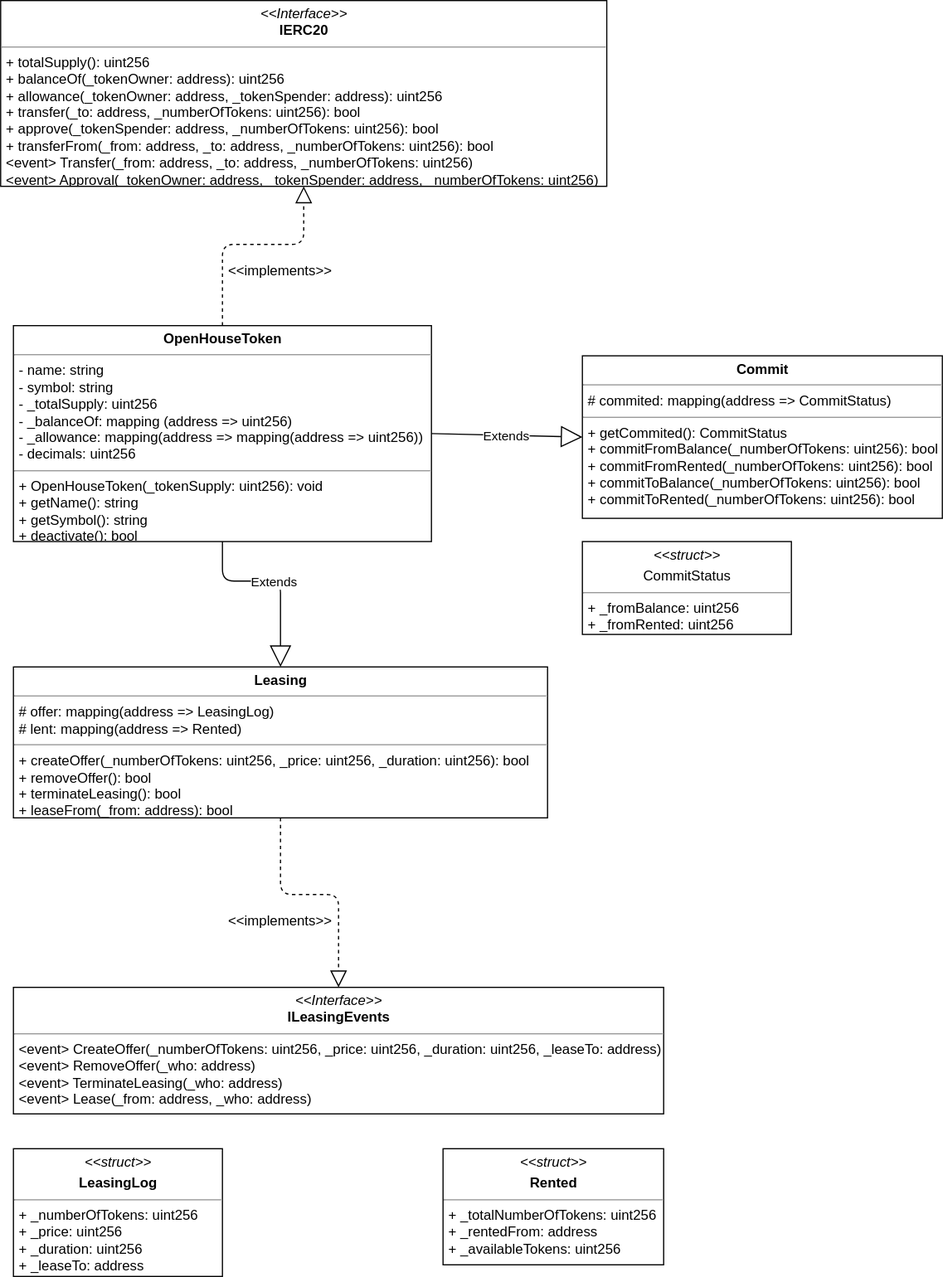
This is uml/OpenHouseToken/OpenHouseToken.svg from gkamtzir/Ethereum-ICO-Diploma-Thesis, a draw.io export, as it was before one commit. Source tidied: cells renumbered, new cells last; positions are measured from the earlier drawing's top-left corner, leaving out a move shared by most shapes. Source of this version:
```xml
<mxGraphModel>
  <root>
    <mxCell id="0" />
    <mxCell id="1" parent="0" />
    <mxCell id="2" value="&lt;p style=&quot;margin: 0px ; margin-top: 4px ; text-align: center&quot;&gt;&lt;b&gt;OpenHouseToken&lt;/b&gt;&lt;/p&gt;&lt;hr size=&quot;1&quot;&gt;&lt;p style=&quot;margin: 0px ; margin-left: 4px&quot;&gt;- name: string&lt;/p&gt;&lt;p style=&quot;margin: 0px ; margin-left: 4px&quot;&gt;- symbol: string&lt;/p&gt;&lt;p style=&quot;margin: 0px ; margin-left: 4px&quot;&gt;- _totalSupply: uint256&lt;/p&gt;&lt;p style=&quot;margin: 0px ; margin-left: 4px&quot;&gt;- _balanceOf: mapping (address =&amp;gt; uint256)&lt;/p&gt;&lt;p style=&quot;margin: 0px ; margin-left: 4px&quot;&gt;- _allowance: mapping(address =&amp;gt; mapping(address =&amp;gt; uint256))&lt;/p&gt;&lt;p style=&quot;margin: 0px ; margin-left: 4px&quot;&gt;- decimals: uint256&lt;/p&gt;&lt;hr size=&quot;1&quot;&gt;&lt;p style=&quot;margin: 0px ; margin-left: 4px&quot;&gt;+ OpenHouseToken(_tokenSupply: uint256): void&lt;/p&gt;&lt;p style=&quot;margin: 0px ; margin-left: 4px&quot;&gt;+ getName(): string&lt;/p&gt;&lt;p style=&quot;margin: 0px ; margin-left: 4px&quot;&gt;+ getSymbol(): string&lt;/p&gt;&lt;p style=&quot;margin: 0px ; margin-left: 4px&quot;&gt;+ deactivate(): bool&lt;/p&gt;" style="verticalAlign=top;align=left;overflow=fill;fontSize=12;fontFamily=Helvetica;html=1;" parent="1" vertex="1">
      <mxGeometry x="11" y="280" width="360" height="186" as="geometry" />
    </mxCell>
    <mxCell id="3" value="&lt;p style=&quot;margin: 0px ; margin-top: 4px ; text-align: center&quot;&gt;&lt;i&gt;&amp;lt;&amp;lt;Interface&amp;gt;&amp;gt;&lt;/i&gt;&lt;br&gt;&lt;b&gt;IERC20&lt;/b&gt;&lt;/p&gt;&lt;hr size=&quot;1&quot;&gt;&lt;p style=&quot;margin: 0px ; margin-left: 4px&quot;&gt;+ totalSupply(): uint256&lt;br&gt;+ balanceOf(_tokenOwner: address): uint256&lt;/p&gt;&lt;p style=&quot;margin: 0px ; margin-left: 4px&quot;&gt;+ allowance(_tokenOwner: address, _tokenSpender: address): uint256&lt;/p&gt;&lt;p style=&quot;margin: 0px ; margin-left: 4px&quot;&gt;+ transfer(_to: address, _numberOfTokens: uint256): bool&lt;/p&gt;&lt;p style=&quot;margin: 0px ; margin-left: 4px&quot;&gt;+ approve(_tokenSpender: address, _numberOfTokens: uint256): bool&lt;/p&gt;&lt;p style=&quot;margin: 0px ; margin-left: 4px&quot;&gt;+ transferFrom(_from: address, _to: address, _numberOfTokens: uint256): bool&lt;/p&gt;&lt;p style=&quot;margin: 0px ; margin-left: 4px&quot;&gt;&amp;lt;event&amp;gt; Transfer(_from: address, _to: address, _numberOfTokens: uint256)&lt;/p&gt;&lt;p style=&quot;margin: 0px ; margin-left: 4px&quot;&gt;&amp;lt;event&amp;gt; Approval(_tokenOwner: address, _tokenSpender: address, _numberOfTokens: uint256)&lt;/p&gt;" style="verticalAlign=top;align=left;overflow=fill;fontSize=12;fontFamily=Helvetica;html=1;" parent="1" vertex="1">
      <mxGeometry width="522" height="160" as="geometry" />
    </mxCell>
    <mxCell id="4" style="endArrow=block;dashed=1;endFill=0;endSize=12;html=1;exitX=0.5;exitY=0;exitDx=0;exitDy=0;entryX=0.5;entryY=1;entryDx=0;entryDy=0;" parent="1" edge="1" source="2" target="3">
      <mxGeometry relative="1" as="geometry">
        <Array as="points">
          <mxPoint x="191" y="210" />
          <mxPoint x="261" y="210" />
        </Array>
      </mxGeometry>
    </mxCell>
    <mxCell id="5" value="&lt;&lt;implements&gt;&gt;" style="text;align=center;fontStyle=0;verticalAlign=middle;spacingLeft=3;spacingRight=3;strokeColor=none;" parent="1" vertex="1">
      <mxGeometry x="201" y="220" width="80" height="26" as="geometry" />
    </mxCell>
    <mxCell id="6" value="&lt;p style=&quot;margin: 0px ; margin-top: 4px ; text-align: center&quot;&gt;&lt;b&gt;Leasing&lt;/b&gt;&lt;/p&gt;&lt;hr size=&quot;1&quot;&gt;&lt;p style=&quot;margin: 0px ; margin-left: 4px&quot;&gt;# offer: mapping(address =&amp;gt; LeasingLog)&lt;/p&gt;&lt;p style=&quot;margin: 0px ; margin-left: 4px&quot;&gt;# lent: mapping(address =&amp;gt; Rented)&lt;/p&gt;&lt;hr size=&quot;1&quot;&gt;&lt;p style=&quot;margin: 0px ; margin-left: 4px&quot;&gt;+ createOffer(_numberOfTokens: uint256, _price: uint256, _duration: uint256): bool&lt;/p&gt;&lt;p style=&quot;margin: 0px ; margin-left: 4px&quot;&gt;+ removeOffer(): bool&lt;/p&gt;&lt;p style=&quot;margin: 0px ; margin-left: 4px&quot;&gt;+ terminateLeasing(): bool&lt;/p&gt;&lt;p style=&quot;margin: 0px ; margin-left: 4px&quot;&gt;+ leaseFrom(_from: address): bool&lt;/p&gt;" style="verticalAlign=top;align=left;overflow=fill;fontSize=12;fontFamily=Helvetica;html=1;" parent="1" vertex="1">
      <mxGeometry x="11" y="574" width="460" height="130" as="geometry" />
    </mxCell>
    <mxCell id="7" value="&lt;p style=&quot;margin: 0px ; margin-top: 4px ; text-align: center&quot;&gt;&lt;i&gt;&amp;lt;&amp;lt;struct&amp;gt;&amp;gt;&lt;/i&gt;&lt;br&gt;&lt;/p&gt;&lt;p style=&quot;margin: 0px ; margin-top: 4px ; text-align: center&quot;&gt;&lt;b&gt;LeasingLog&lt;/b&gt;&lt;/p&gt;&lt;hr size=&quot;1&quot;&gt;&lt;p style=&quot;margin: 0px ; margin-left: 4px&quot;&gt;+ _numberOfTokens: uint256&lt;/p&gt;&lt;p style=&quot;margin: 0px ; margin-left: 4px&quot;&gt;+ _price: uint256&lt;/p&gt;&lt;p style=&quot;margin: 0px ; margin-left: 4px&quot;&gt;+ _duration: uint256&lt;/p&gt;&lt;p style=&quot;margin: 0px ; margin-left: 4px&quot;&gt;+ _leaseTo: address&lt;/p&gt;&lt;p style=&quot;margin: 0px ; margin-left: 4px&quot;&gt;&lt;br&gt;&lt;/p&gt;" style="verticalAlign=top;align=left;overflow=fill;fontSize=12;fontFamily=Helvetica;html=1;" parent="1" vertex="1">
      <mxGeometry x="11" y="989" width="180" height="110" as="geometry" />
    </mxCell>
    <mxCell id="8" value="Extends" style="endArrow=block;endSize=16;endFill=0;html=1;exitX=0.5;exitY=1;exitDx=0;exitDy=0;entryX=0.5;entryY=0;entryDx=0;entryDy=0;" parent="1" edge="1" source="2" target="6">
      <mxGeometry relative="1" as="geometry">
        <Array as="points">
          <mxPoint x="191" y="500" />
          <mxPoint x="241" y="500" />
        </Array>
      </mxGeometry>
    </mxCell>
    <mxCell id="9" value="&lt;p style=&quot;margin: 0px ; margin-top: 4px ; text-align: center&quot;&gt;&lt;i&gt;&amp;lt;&amp;lt;Interface&amp;gt;&amp;gt;&lt;/i&gt;&lt;br&gt;&lt;b&gt;ILeasingEvents&lt;/b&gt;&lt;/p&gt;&lt;hr size=&quot;1&quot;&gt;&lt;p style=&quot;margin: 0px ; margin-left: 4px&quot;&gt;&amp;lt;event&amp;gt; CreateOffer(_numberOfTokens: uint256, _price: uint256, _duration: uint256, _leaseTo: address)&lt;br&gt;&amp;lt;event&amp;gt; RemoveOffer(_who: address)&lt;/p&gt;&lt;p style=&quot;margin: 0px ; margin-left: 4px&quot;&gt;&amp;lt;event&amp;gt; TerminateLeasing(_who: address)&lt;/p&gt;&lt;p style=&quot;margin: 0px ; margin-left: 4px&quot;&gt;&amp;lt;event&amp;gt; Lease(_from: address, _who: address)&lt;/p&gt;" style="verticalAlign=top;align=left;overflow=fill;fontSize=12;fontFamily=Helvetica;html=1;" parent="1" vertex="1">
      <mxGeometry x="11" y="850" width="560" height="109" as="geometry" />
    </mxCell>
    <mxCell id="10" style="endArrow=block;dashed=1;endFill=0;endSize=12;html=1;exitX=0.5;exitY=1;exitDx=0;exitDy=0;entryX=0.5;entryY=0;entryDx=0;entryDy=0;" parent="1" edge="1" source="6" target="9">
      <mxGeometry relative="1" as="geometry">
        <Array as="points">
          <mxPoint x="241" y="770" />
          <mxPoint x="291" y="770" />
        </Array>
      </mxGeometry>
    </mxCell>
    <mxCell id="11" value="&lt;p style=&quot;margin: 0px ; margin-top: 4px ; text-align: center&quot;&gt;&lt;b&gt;Commit&lt;/b&gt;&lt;/p&gt;&lt;hr size=&quot;1&quot;&gt;&lt;p style=&quot;margin: 0px ; margin-left: 4px&quot;&gt;# commited: mapping(address =&amp;gt; CommitStatus)&lt;/p&gt;&lt;hr size=&quot;1&quot;&gt;&lt;p style=&quot;margin: 0px ; margin-left: 4px&quot;&gt;+ getCommited(): CommitStatus&lt;br&gt;&lt;/p&gt;&lt;p style=&quot;margin: 0px ; margin-left: 4px&quot;&gt;+ commitFromBalance(_numberOfTokens: uint256): bool&lt;/p&gt;&lt;p style=&quot;margin: 0px ; margin-left: 4px&quot;&gt;+ commitFromRented(_numberOfTokens: uint256): bool&lt;/p&gt;&lt;p style=&quot;margin: 0px ; margin-left: 4px&quot;&gt;+ commitToBalance(_numberOfTokens: uint256): bool&lt;/p&gt;&lt;p style=&quot;margin: 0px ; margin-left: 4px&quot;&gt;+ commitToRented(_numberOfTokens: uint256): bool&lt;/p&gt;" style="verticalAlign=top;align=left;overflow=fill;fontSize=12;fontFamily=Helvetica;html=1;" parent="1" vertex="1">
      <mxGeometry x="501" y="306" width="310" height="140" as="geometry" />
    </mxCell>
    <mxCell id="12" value="&lt;p style=&quot;margin: 0px ; margin-top: 4px ; text-align: center&quot;&gt;&lt;i&gt;&amp;lt;&amp;lt;struct&amp;gt;&amp;gt;&lt;/i&gt;&lt;br&gt;&lt;/p&gt;&lt;p style=&quot;margin: 0px ; margin-top: 4px ; text-align: center&quot;&gt;&lt;span&gt;CommitStatus&lt;/span&gt;&lt;br&gt;&lt;/p&gt;&lt;hr size=&quot;1&quot;&gt;&lt;p style=&quot;margin: 0px ; margin-left: 4px&quot;&gt;+ _fromBalance: uint256&lt;/p&gt;&lt;p style=&quot;margin: 0px ; margin-left: 4px&quot;&gt;+ _fromRented: uint256&lt;/p&gt;&lt;p style=&quot;margin: 0px ; margin-left: 4px&quot;&gt;&lt;br&gt;&lt;/p&gt;" style="verticalAlign=top;align=left;overflow=fill;fontSize=12;fontFamily=Helvetica;html=1;" parent="1" vertex="1">
      <mxGeometry x="501" y="466" width="180" height="80" as="geometry" />
    </mxCell>
    <mxCell id="13" value="&lt;p style=&quot;margin: 0px ; margin-top: 4px ; text-align: center&quot;&gt;&lt;i&gt;&amp;lt;&amp;lt;struct&amp;gt;&amp;gt;&lt;/i&gt;&lt;br&gt;&lt;/p&gt;&lt;p style=&quot;margin: 0px ; margin-top: 4px ; text-align: center&quot;&gt;&lt;b&gt;Rented&lt;/b&gt;&lt;/p&gt;&lt;hr size=&quot;1&quot;&gt;&lt;p style=&quot;margin: 0px ; margin-left: 4px&quot;&gt;+ _totalNumberOfTokens: uint256&lt;/p&gt;&lt;p style=&quot;margin: 0px ; margin-left: 4px&quot;&gt;+ _rentedFrom: address&lt;/p&gt;&lt;p style=&quot;margin: 0px ; margin-left: 4px&quot;&gt;+ _availableTokens: uint256&lt;/p&gt;&lt;p style=&quot;margin: 0px ; margin-left: 4px&quot;&gt;&lt;br&gt;&lt;/p&gt;" style="verticalAlign=top;align=left;overflow=fill;fontSize=12;fontFamily=Helvetica;html=1;" parent="1" vertex="1">
      <mxGeometry x="381" y="989" width="190" height="100" as="geometry" />
    </mxCell>
    <mxCell id="14" value="Extends" style="endArrow=block;endSize=16;endFill=0;html=1;exitX=1;exitY=0.5;exitDx=0;exitDy=0;entryX=0;entryY=0.5;entryDx=0;entryDy=0;" parent="1" edge="1" source="2" target="11">
      <mxGeometry relative="1" as="geometry" />
    </mxCell>
    <mxCell id="15" value="&lt;&lt;implements&gt;&gt;" style="text;align=center;fontStyle=0;verticalAlign=middle;spacingLeft=3;spacingRight=3;strokeColor=none;" parent="1" vertex="1">
      <mxGeometry x="201" y="780" width="80" height="26" as="geometry" />
    </mxCell>
  </root>
</mxGraphModel>
```
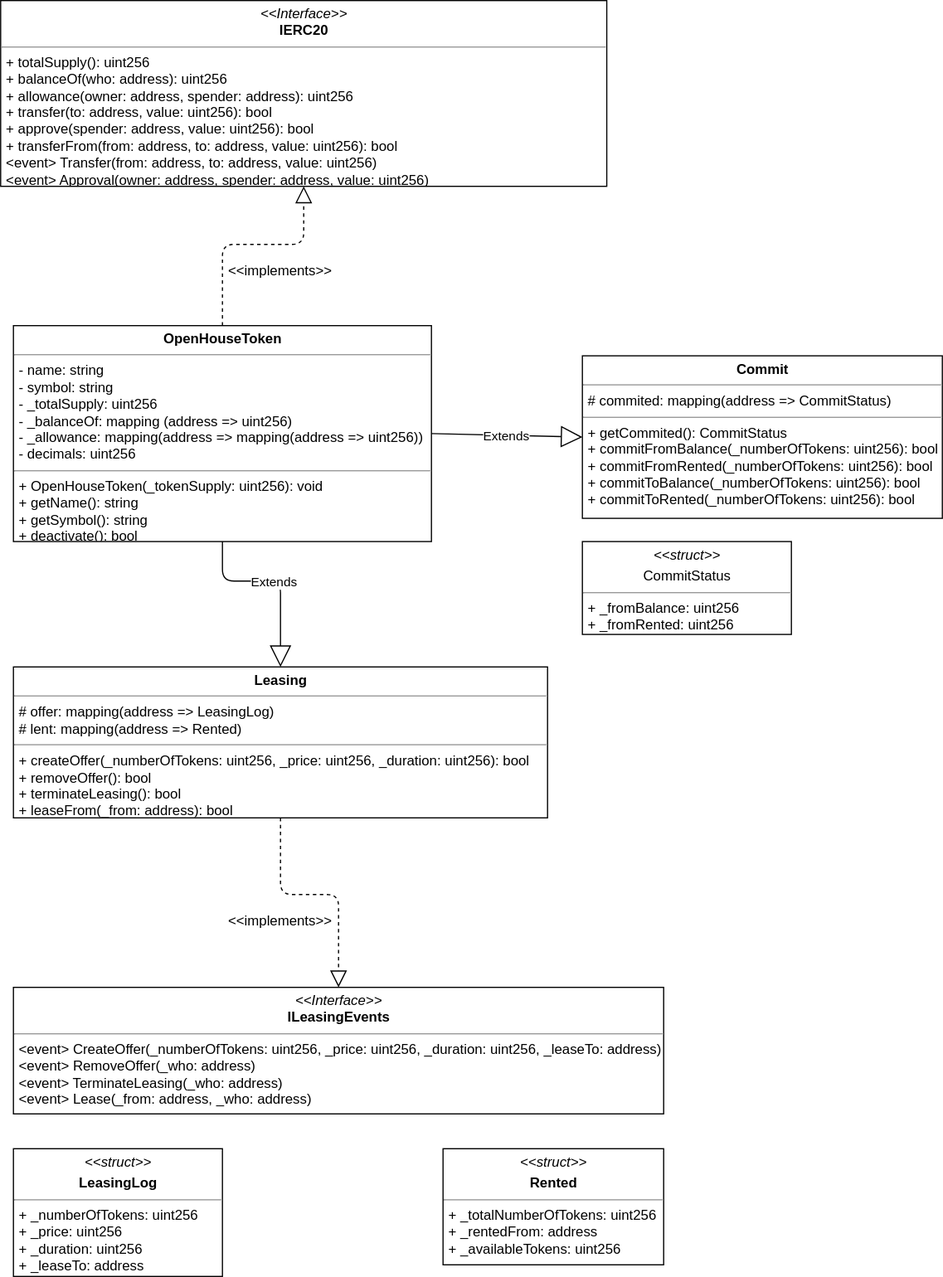
After the commit.

Commit message:
Changed IERC20 parameters' names to match those in the IERC20.sol file.

Change to the diagram source:
```diff
@@ -5,7 +5,7 @@
     <mxCell id="2" value="&lt;p style=&quot;margin: 0px ; margin-top: 4px ; text-align: center&quot;&gt;&lt;b&gt;OpenHouseToken&lt;/b&gt;&lt;/p&gt;&lt;hr size=&quot;1&quot;&gt;&lt;p style=&quot;margin: 0px ; margin-left: 4px&quot;&gt;- name: string&lt;/p&gt;&lt;p style=&quot;margin: 0px ; margin-left: 4px&quot;&gt;- symbol: string&lt;/p&gt;&lt;p style=&quot;margin: 0px ; margin-left: 4px&quot;&gt;- _totalSupply: uint256&lt;/p&gt;&lt;p style=&quot;margin: 0px ; margin-left: 4px&quot;&gt;- _balanceOf: mapping (address =&amp;gt; uint256)&lt;/p&gt;&lt;p style=&quot;margin: 0px ; margin-left: 4px&quot;&gt;- _allowance: mapping(address =&amp;gt; mapping(address =&amp;gt; uint256))&lt;/p&gt;&lt;p style=&quot;margin: 0px ; margin-left: 4px&quot;&gt;- decimals: uint256&lt;/p&gt;&lt;hr size=&quot;1&quot;&gt;&lt;p style=&quot;margin: 0px ; margin-left: 4px&quot;&gt;+ OpenHouseToken(_tokenSupply: uint256): void&lt;/p&gt;&lt;p style=&quot;margin: 0px ; margin-left: 4px&quot;&gt;+ getName(): string&lt;/p&gt;&lt;p style=&quot;margin: 0px ; margin-left: 4px&quot;&gt;+ getSymbol(): string&lt;/p&gt;&lt;p style=&quot;margin: 0px ; margin-left: 4px&quot;&gt;+ deactivate(): bool&lt;/p&gt;" style="verticalAlign=top;align=left;overflow=fill;fontSize=12;fontFamily=Helvetica;html=1;" parent="1" vertex="1">
       <mxGeometry x="11" y="280" width="360" height="186" as="geometry" />
     </mxCell>
-    <mxCell id="3" value="&lt;p style=&quot;margin: 0px ; margin-top: 4px ; text-align: center&quot;&gt;&lt;i&gt;&amp;lt;&amp;lt;Interface&amp;gt;&amp;gt;&lt;/i&gt;&lt;br&gt;&lt;b&gt;IERC20&lt;/b&gt;&lt;/p&gt;&lt;hr size=&quot;1&quot;&gt;&lt;p style=&quot;margin: 0px ; margin-left: 4px&quot;&gt;+ totalSupply(): uint256&lt;br&gt;+ balanceOf(_tokenOwner: address): uint256&lt;/p&gt;&lt;p style=&quot;margin: 0px ; margin-left: 4px&quot;&gt;+ allowance(_tokenOwner: address, _tokenSpender: address): uint256&lt;/p&gt;&lt;p style=&quot;margin: 0px ; margin-left: 4px&quot;&gt;+ transfer(_to: address, _numberOfTokens: uint256): bool&lt;/p&gt;&lt;p style=&quot;margin: 0px ; margin-left: 4px&quot;&gt;+ approve(_tokenSpender: address, _numberOfTokens: uint256): bool&lt;/p&gt;&lt;p style=&quot;margin: 0px ; margin-left: 4px&quot;&gt;+ transferFrom(_from: address, _to: address, _numberOfTokens: uint256): bool&lt;/p&gt;&lt;p style=&quot;margin: 0px ; margin-left: 4px&quot;&gt;&amp;lt;event&amp;gt; Transfer(_from: address, _to: address, _numberOfTokens: uint256)&lt;/p&gt;&lt;p style=&quot;margin: 0px ; margin-left: 4px&quot;&gt;&amp;lt;event&amp;gt; Approval(_tokenOwner: address, _tokenSpender: address, _numberOfTokens: uint256)&lt;/p&gt;" style="verticalAlign=top;align=left;overflow=fill;fontSize=12;fontFamily=Helvetica;html=1;" parent="1" vertex="1">
+    <mxCell id="3" value="&lt;p style=&quot;margin: 0px ; margin-top: 4px ; text-align: center&quot;&gt;&lt;i&gt;&amp;lt;&amp;lt;Interface&amp;gt;&amp;gt;&lt;/i&gt;&lt;br&gt;&lt;b&gt;IERC20&lt;/b&gt;&lt;/p&gt;&lt;hr size=&quot;1&quot;&gt;&lt;p style=&quot;margin: 0px ; margin-left: 4px&quot;&gt;+ totalSupply(): uint256&lt;br&gt;+ balanceOf(who: address): uint256&lt;/p&gt;&lt;p style=&quot;margin: 0px ; margin-left: 4px&quot;&gt;+ allowance(owner: address, spender: address): uint256&lt;/p&gt;&lt;p style=&quot;margin: 0px ; margin-left: 4px&quot;&gt;+ transfer(to: address, value: uint256): bool&lt;/p&gt;&lt;p style=&quot;margin: 0px ; margin-left: 4px&quot;&gt;+ approve(spender: address, value: uint256): bool&lt;/p&gt;&lt;p style=&quot;margin: 0px ; margin-left: 4px&quot;&gt;+ transferFrom(from: address, to: address, value: uint256): bool&lt;/p&gt;&lt;p style=&quot;margin: 0px ; margin-left: 4px&quot;&gt;&amp;lt;event&amp;gt; Transfer(from: address, to: address, value: uint256)&lt;/p&gt;&lt;p style=&quot;margin: 0px ; margin-left: 4px&quot;&gt;&amp;lt;event&amp;gt; Approval(owner: address, spender: address, value: uint256)&lt;/p&gt;" style="verticalAlign=top;align=left;overflow=fill;fontSize=12;fontFamily=Helvetica;html=1;" parent="1" vertex="1">
       <mxGeometry width="522" height="160" as="geometry" />
     </mxCell>
     <mxCell id="4" style="endArrow=block;dashed=1;endFill=0;endSize=12;html=1;exitX=0.5;exitY=0;exitDx=0;exitDy=0;entryX=0.5;entryY=1;entryDx=0;entryDy=0;" parent="1" edge="1" source="2" target="3">
```
